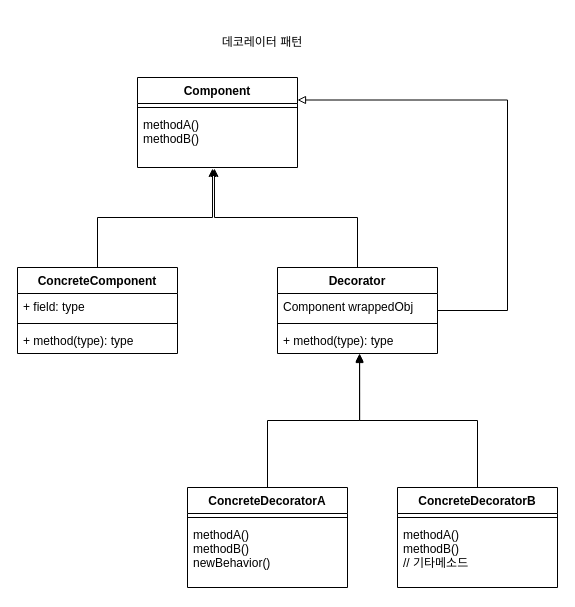
Earlier version of the draw.io diagram design-pattern.drawio (corns90/drawio). Source tidied: cells renumbered, new cells numbered last; positions are measured from the earlier drawing's top-left corner, leaving out a move shared by most shapes. Both pictures are drawn from the tidied source at 100%, with x=0, y=0 at pixel (17, 17).
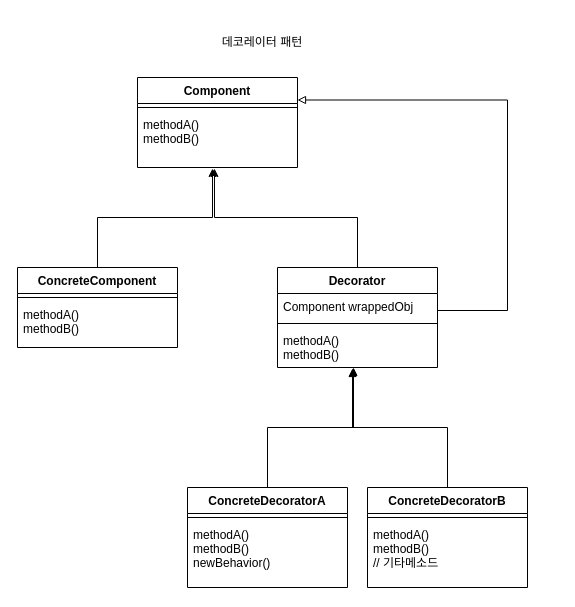
After the change.

The change refers to these unchanged cells:
```xml
<mxCell id="17" value="ConcreteDecoratorA" style="swimlane;fontStyle=1;align=center;verticalAlign=top;horizontal=1;startSize=26;" parent="1" vertex="1">
  <mxGeometry x="170" y="470" width="160" height="100" as="geometry" />
</mxCell>
```

What changed in the source:
```diff
@@
     <mxCell id="6" value="ConcreteComponent" style="swimlane;fontStyle=1;align=center;verticalAlign=top;horizontal=1;startSize=26;" parent="1" vertex="1">
-      <mxGeometry y="250" width="160" height="86" as="geometry" />
+      <mxGeometry y="250" width="160" height="80" as="geometry" />
     </mxCell>
-    <mxCell id="7" value="+ field: type" style="text;strokeColor=none;fillColor=none;align=left;verticalAlign=top;spacingLeft=4;spacingRight=4;overflow=hidden;" parent="6" vertex="1">
-      <mxGeometry y="26" width="160" height="26" as="geometry" />
-    </mxCell>
     <mxCell id="8" style="line;strokeWidth=1;fillColor=none;align=left;verticalAlign=middle;spacingTop=-1;spacingLeft=3;spacingRight=3;labelPosition=right;" parent="6" vertex="1">
-      <mxGeometry y="52" width="160" height="8" as="geometry" />
+      <mxGeometry y="26" width="160" height="8" as="geometry" />
     </mxCell>
-    <mxCell id="9" value="+ method(type): type" style="text;strokeColor=none;fillColor=none;align=left;verticalAlign=top;spacingLeft=4;spacingRight=4;overflow=hidden;" parent="6" vertex="1">
-      <mxGeometry y="60" width="160" height="26" as="geometry" />
+    <mxCell id="9" value="methodA()&#10;methodB()&#10;" style="text;strokeColor=none;fillColor=none;align=left;verticalAlign=top;spacingLeft=4;spacingRight=4;overflow=hidden;" parent="6" vertex="1">
+      <mxGeometry y="34" width="160" height="46" as="geometry" />
     </mxCell>
@@
     <mxCell id="12" value="Decorator" style="swimlane;fontStyle=1;align=center;verticalAlign=top;horizontal=1;startSize=26;" parent="1" vertex="1">
-      <mxGeometry x="260" y="250" width="160" height="86" as="geometry" />
+      <mxGeometry x="260" y="250" width="160" height="100" as="geometry" />
     </mxCell>
@@
-    <mxCell id="15" value="+ method(type): type" style="text;strokeColor=none;fillColor=none;align=left;verticalAlign=top;spacingLeft=4;spacingRight=4;overflow=hidden;points=[[0,0.5],[1,0.5]];portConstraint=eastwest;" parent="12" vertex="1">
-      <mxGeometry y="60" width="160" height="26" as="geometry" />
+    <mxCell id="15" value="methodA()&#10;methodB()" style="text;strokeColor=none;fillColor=none;align=left;verticalAlign=top;spacingLeft=4;spacingRight=4;overflow=hidden;points=[[0,0.5],[1,0.5]];portConstraint=eastwest;" parent="12" vertex="1">
+      <mxGeometry y="60" width="160" height="40" as="geometry" />
     </mxCell>
-    <mxCell id="16" style="edgeStyle=orthogonalEdgeStyle;rounded=0;jettySize=auto;html=1;entryX=0.513;entryY=1.038;entryDx=0;entryDy=0;entryPerimeter=0;endArrow=block;endFill=1;" parent="1" edge="1" source="17" target="15">
+    <mxCell id="16" style="edgeStyle=orthogonalEdgeStyle;rounded=0;jettySize=auto;html=1;entryX=0.475;entryY=1;entryDx=0;entryDy=0;entryPerimeter=0;endArrow=block;endFill=1;" parent="1" edge="1" source="17" target="15">
       <mxGeometry relative="1" as="geometry" />
     </mxCell>
@@
-    <mxCell id="20" style="edgeStyle=orthogonalEdgeStyle;rounded=0;jettySize=auto;html=1;entryX=0.513;entryY=1;entryDx=0;entryDy=0;entryPerimeter=0;endArrow=block;endFill=1;" parent="1" edge="1" source="21" target="15">
+    <mxCell id="20" style="edgeStyle=orthogonalEdgeStyle;rounded=0;jettySize=auto;html=1;entryX=0.469;entryY=1.025;entryDx=0;entryDy=0;entryPerimeter=0;endArrow=block;endFill=1;" parent="1" edge="1" source="21" target="15">
       <mxGeometry relative="1" as="geometry" />
     </mxCell>
     <mxCell id="21" value="ConcreteDecoratorB" style="swimlane;fontStyle=1;align=center;verticalAlign=top;horizontal=1;startSize=26;" parent="1" vertex="1">
-      <mxGeometry x="380" y="470" width="160" height="100" as="geometry" />
+      <mxGeometry x="350" y="470" width="160" height="100" as="geometry" />
     </mxCell>
```
